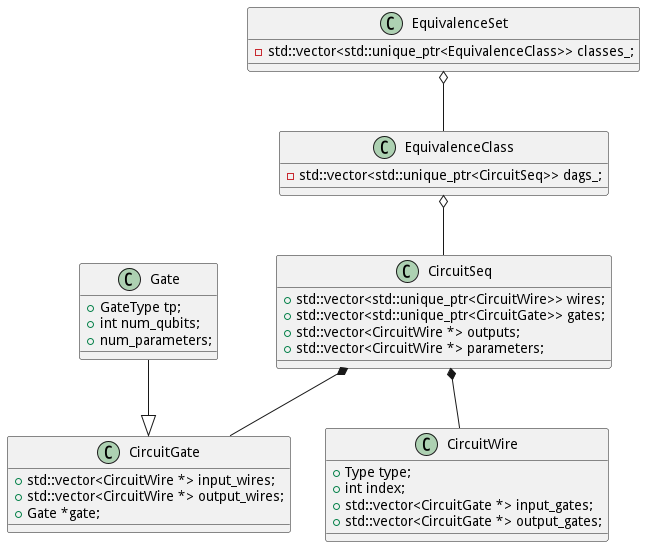
Earlier version of the PlantUML export Classes in Quartz.png (RosaryXiang/Pattern-Scheduler). The source it was exported from:
```plantuml
@startuml Classes in Quartz

class Gate
{
    + GateType tp;
    + int num_qubits;
    + num_parameters;
}
Gate --|> CircuitGate
class CircuitWire
{
    + Type type;
    + int index;
    + std::vector<CircuitGate *> input_gates;
    + std::vector<CircuitGate *> output_gates;
}
class CircuitGate
{
    + std::vector<CircuitWire *> input_wires;
    + std::vector<CircuitWire *> output_wires;
    + Gate *gate;
}

class CircuitSeq
{
    + std::vector<std::unique_ptr<CircuitWire>> wires;
    + std::vector<std::unique_ptr<CircuitGate>> gates;
    + std::vector<CircuitWire *> outputs;
    + std::vector<CircuitWire *> parameters;
}

CircuitSeq *-- CircuitGate
CircuitSeq *-- CircuitWire

class EquivalenceClass
{
    - std::vector<std::unique_ptr<CircuitSeq>> dags_;
}

EquivalenceClass o-- CircuitSeq

class EquivalenceSet
{
    - std::vector<std::unique_ptr<EquivalenceClass>> classes_;
}

EquivalenceSet o-- EquivalenceClass

@enduml
```
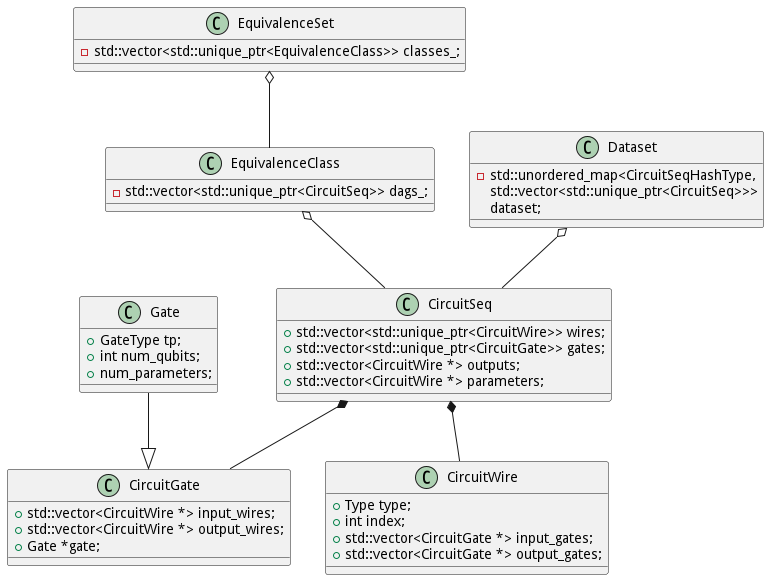
The same file after the commit.

The edit, as a diff of the source:
```diff
@@ -46,4 +46,13 @@
 
 EquivalenceSet o-- EquivalenceClass
 
+class Dataset
+{
+    - std::unordered_map<CircuitSeqHashType,
+                     std::vector<std::unique_ptr<CircuitSeq>>>
+      dataset;
+}
+
+Dataset o-- CircuitSeq
+
 @enduml
```
